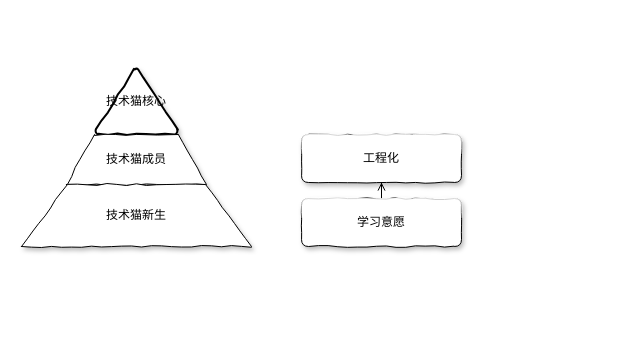
Earlier version of the draw.io diagram 未命名表单.drawio (abserari/draw.io). Source tidied: cells renumbered, new cells numbered last; positions are measured from the earlier drawing's top-left corner, leaving out a move shared by most shapes. Both pictures are drawn from the tidied source at 100%, with x=0, y=0 at pixel (21, 68).
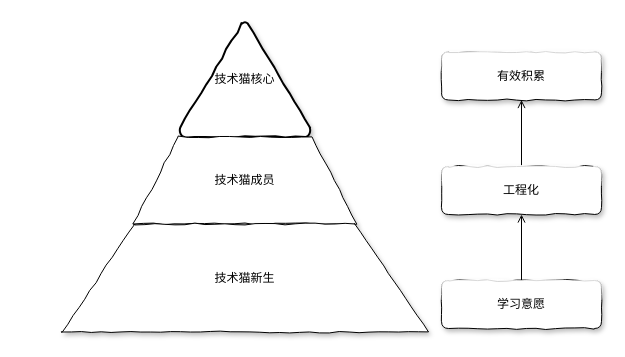
Above is the later version.

Commit message:
更新未命名表单.drawio

Change to the diagram source:
```diff
@@
 <mxGraphModel>
   <root>
     <mxCell id="0" />
     <mxCell id="1" parent="0" />
     <mxCell id="2" style="edgeStyle=orthogonalEdgeStyle;rounded=0;jettySize=auto;html=1;endArrow=open;endFill=0;" parent="1" edge="1" source="3" target="4">
       <mxGeometry relative="1" as="geometry" />
     </mxCell>
     <mxCell id="3" value="学习意愿" style="rounded=1;whiteSpace=wrap;html=1;strokeColor=#000000;glass=1;shadow=1;comic=1;" parent="1" vertex="1">
-      <mxGeometry x="280" y="130" width="160" height="48" as="geometry" />
+      <mxGeometry x="420" y="212" width="160" height="48" as="geometry" />
     </mxCell>
+    <mxCell id="8" style="edgeStyle=orthogonalEdgeStyle;jettySize=auto;html=1;exitX=0.5;exitY=0;exitDx=0;exitDy=0;entryX=0.5;entryY=1;entryDx=0;entryDy=0;rounded=0;endArrow=open;endFill=0;" parent="1" edge="1" source="4" target="9">
+      <mxGeometry relative="1" as="geometry" />
+    </mxCell>
     <mxCell id="4" value="工程化" style="rounded=1;whiteSpace=wrap;html=1;strokeColor=#000000;glass=1;shadow=1;comic=1;" parent="1" vertex="1">
-      <mxGeometry x="280" y="66" width="160" height="48" as="geometry" />
+      <mxGeometry x="420" y="98" width="160" height="48" as="geometry" />
     </mxCell>
+    <mxCell id="9" value="有效积累" style="rounded=1;whiteSpace=wrap;html=1;strokeColor=#000000;glass=1;shadow=1;comic=1;" parent="1" vertex="1">
+      <mxGeometry x="420" y="-16.5" width="160" height="48" as="geometry" />
+    </mxCell>
+    <mxCell id="10" style="group;" parent="1" vertex="1">
+      <mxGeometry x="40" y="-46.5" width="367" height="310" as="geometry" />
+    </mxCell>
-    <mxCell id="5" value="技术猫核心" style="strokeWidth=2;html=1;shape=mxgraph.flowchart.extract_or_measurement;whiteSpace=wrap;rounded=0;shadow=1;glass=1;comic=1;" parent="1" vertex="1">
-      <mxGeometry x="74" width="82" height="66" as="geometry" />
+    <mxCell id="5" value="技术猫核心" style="strokeWidth=2;html=1;shape=mxgraph.flowchart.extract_or_measurement;whiteSpace=wrap;rounded=0;shadow=1;glass=1;comic=1;" parent="10" vertex="1">
+      <mxGeometry x="118.1" width="130.8" height="114.9" as="geometry" />
     </mxCell>
-    <mxCell id="6" value="技术猫成员" style="shape=trapezoid;perimeter=trapezoidPerimeter;whiteSpace=wrap;html=1;rounded=0;shadow=1;glass=1;comic=1;" parent="1" vertex="1">
-      <mxGeometry x="45" y="66" width="140" height="50" as="geometry" />
+    <mxCell id="6" value="技术猫成员" style="shape=trapezoid;perimeter=trapezoidPerimeter;whiteSpace=wrap;html=1;rounded=0;shadow=1;glass=1;comic=1;" parent="10" vertex="1">
+      <mxGeometry x="71.8" y="114.9" width="223.4" height="87.1" as="geometry" />
     </mxCell>
-    <mxCell id="7" value="技术猫新生" style="shape=trapezoid;perimeter=trapezoidPerimeter;whiteSpace=wrap;html=1;rounded=0;shadow=1;glass=1;comic=1;" parent="1" vertex="1">
-      <mxGeometry y="116" width="230" height="62" as="geometry" />
+    <mxCell id="7" value="技术猫新生" style="shape=trapezoid;perimeter=trapezoidPerimeter;whiteSpace=wrap;html=1;rounded=0;shadow=1;glass=1;comic=1;" parent="10" vertex="1">
+      <mxGeometry y="202" width="367" height="108" as="geometry" />
     </mxCell>
   </root>
 </mxGraphModel>
```
